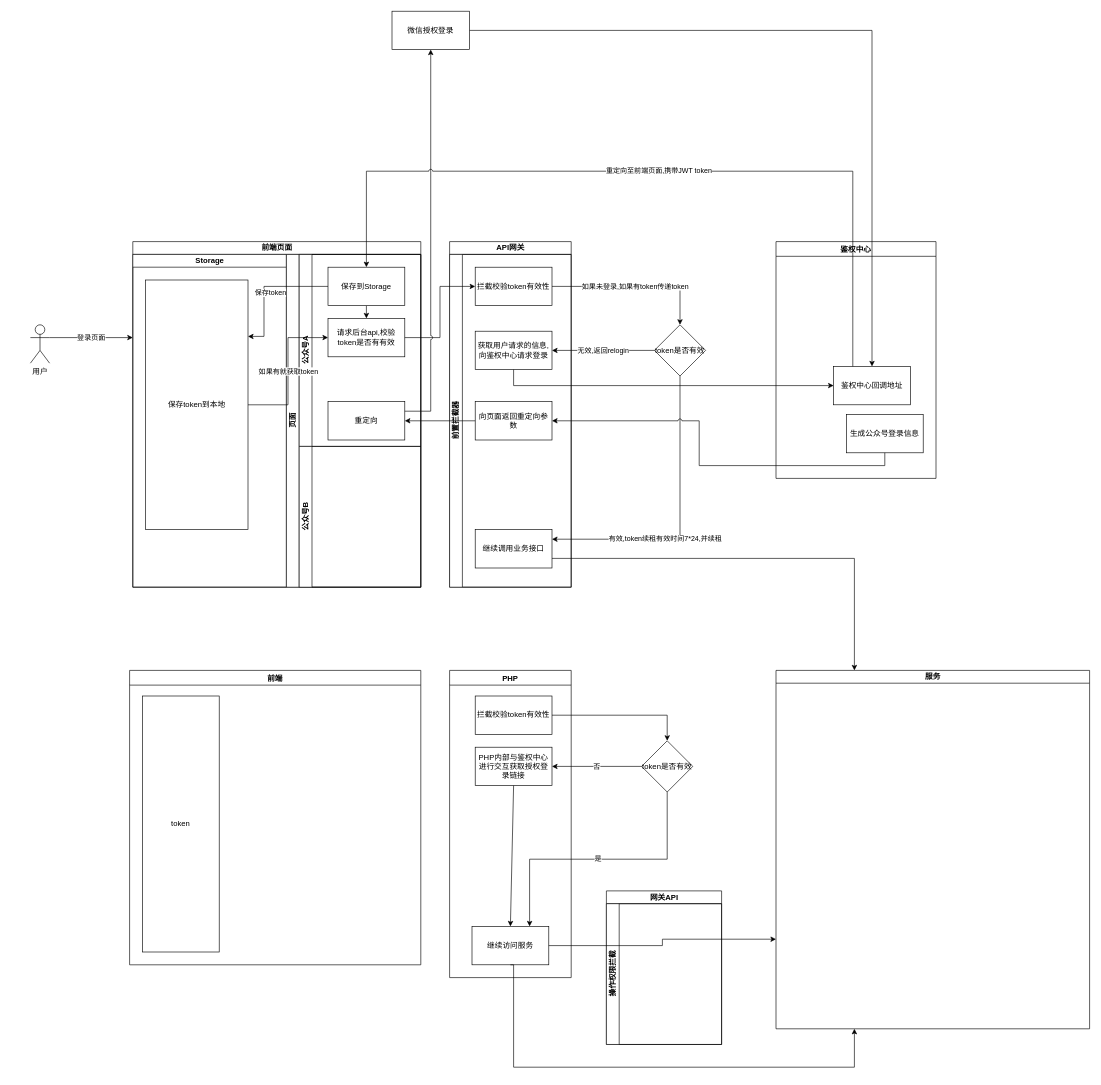
Above: StudyDemo/src/单点登录流程图.drawio in keyeze/StudyPlace (draw.io), before the change. Source tidied: cells renumbered, new cells numbered last; positions are measured from the earlier drawing's top-left corner, leaving out a move shared by most shapes. Both pictures are drawn from the tidied source at 64%, with x=0, y=0 at pixel (30, 11).
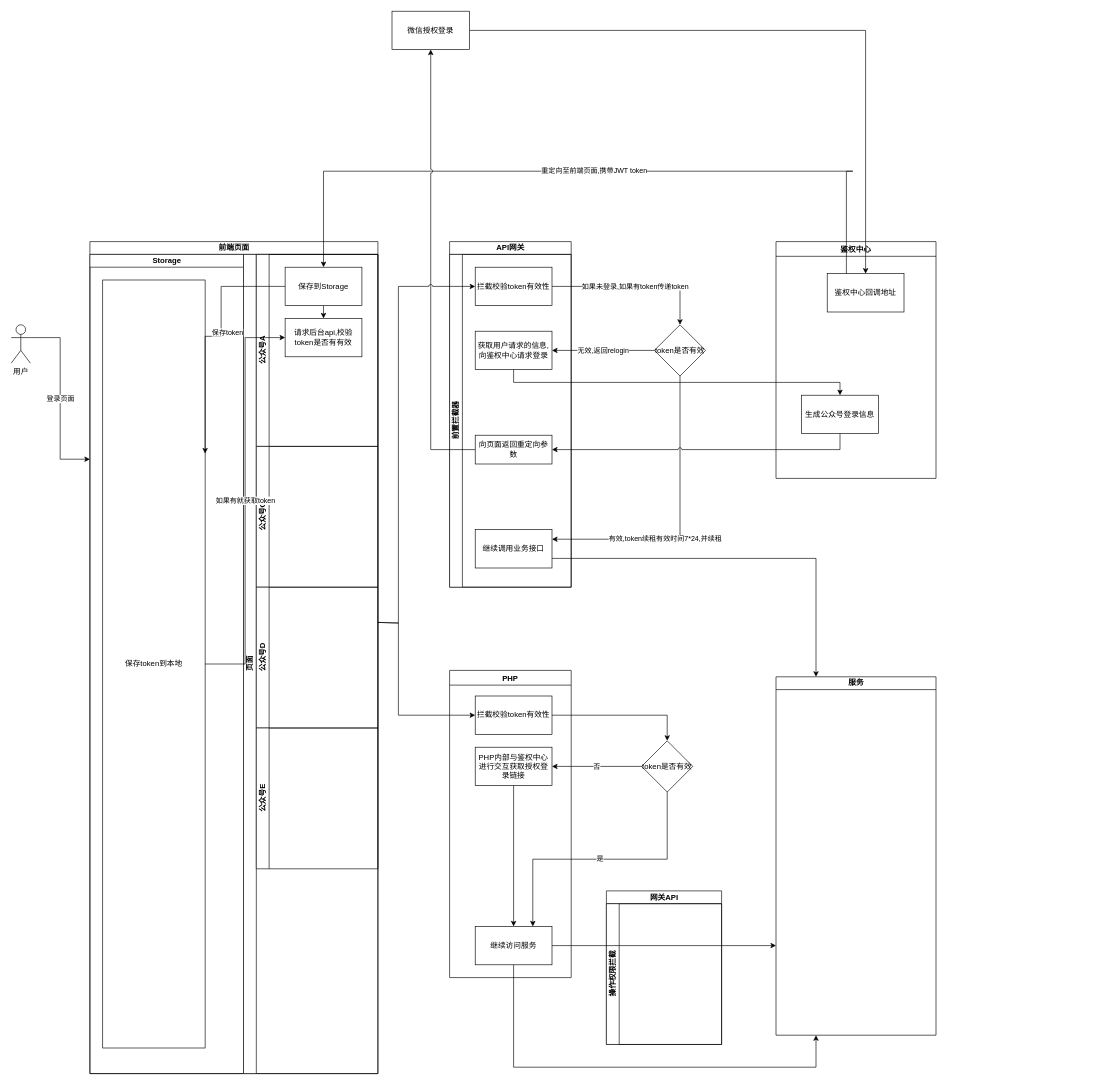
The same page after the edit.

Commit message:
更新单点登录流程图.drawio

Unchanged cells that the change refers to:
```xml
<mxCell id="5" value="前置拦截器" style="swimlane;html=1;startSize=20;horizontal=0;" parent="4" vertex="1">
  <mxGeometry y="20" width="190" height="520" as="geometry" />
</mxCell>
<mxCell id="6" value="拦截校验token有效性" style="rounded=0;whiteSpace=wrap;html=1;" parent="5" vertex="1">
  <mxGeometry x="40" y="20" width="120" height="60" as="geometry" />
</mxCell>
<mxCell id="7" value="获取用户请求的信息,向鉴权中心请求登录" style="rounded=0;whiteSpace=wrap;html=1;" parent="5" vertex="1">
  <mxGeometry x="40" y="120" width="120" height="60" as="geometry" />
</mxCell>
<mxCell id="12" value="鉴权中心" style="swimlane;" parent="1" vertex="1">
  <mxGeometry x="1165" y="360" width="250" height="370" as="geometry" />
</mxCell>
<mxCell id="19" value="公众号A" style="swimlane;html=1;startSize=20;horizontal=0;" parent="18" vertex="1">
  <mxGeometry x="20" width="190" height="300" as="geometry" />
</mxCell>
<mxCell id="22" value="请求后台api,校验token是否有有效" style="rounded=0;whiteSpace=wrap;html=1;" parent="19" vertex="1">
  <mxGeometry x="45" y="100" width="120" height="60" as="geometry" />
</mxCell>
<mxCell id="33" value="微信授权登录" style="rounded=0;whiteSpace=wrap;html=1;" parent="1" vertex="1">
  <mxGeometry x="565" width="121" height="60" as="geometry" />
</mxCell>
<mxCell id="37" value="PHP" style="swimlane;" parent="1" vertex="1">
  <mxGeometry x="655" y="1030" width="190" height="480" as="geometry" />
</mxCell>
<mxCell id="41" value="拦截校验token有效性" style="rounded=0;whiteSpace=wrap;html=1;" parent="37" vertex="1">
  <mxGeometry x="40" y="40" width="120" height="60" as="geometry" />
</mxCell>
```

The edit, as a diff of the source:
```diff
@@
     <mxCell id="3" value="用户" style="shape=umlActor;verticalLabelPosition=bottom;labelBackgroundColor=#ffffff;verticalAlign=top;html=1;outlineConnect=0;" parent="1" vertex="1">
-      <mxGeometry y="490" width="30" height="60" as="geometry" />
+      <mxGeometry x="-30" y="490" width="30" height="60" as="geometry" />
     </mxCell>
@@
     <mxCell id="9" value="向页面返回重定向参数" style="rounded=0;whiteSpace=wrap;html=1;" parent="5" vertex="1">
-      <mxGeometry x="40" y="230" width="120" height="60" as="geometry" />
+      <mxGeometry x="40" y="282.5" width="120" height="45" as="geometry" />
     </mxCell>
@@
     <mxCell id="13" value="生成公众号登录信息" style="rounded=0;whiteSpace=wrap;html=1;" parent="12" vertex="1">
-      <mxGeometry x="110" y="270" width="120" height="60" as="geometry" />
+      <mxGeometry x="40" y="240" width="120" height="60" as="geometry" />
     </mxCell>
     <mxCell id="14" value="鉴权中心回调地址" style="rounded=0;whiteSpace=wrap;html=1;" parent="12" vertex="1">
-      <mxGeometry x="90" y="195" width="120" height="60" as="geometry" />
+      <mxGeometry x="80" y="50" width="120" height="60" as="geometry" />
     </mxCell>
     <mxCell id="15" value="前端页面" style="swimlane;html=1;startSize=20;" parent="1" vertex="1">
-      <mxGeometry x="160" y="360" width="450" height="540" as="geometry" />
+      <mxGeometry x="93" y="360" width="450" height="1300" as="geometry" />
     </mxCell>
     <mxCell id="16" value="Storage" style="swimlane;html=1;startSize=20;" parent="15" vertex="1">
-      <mxGeometry y="20" width="240" height="520" as="geometry" />
+      <mxGeometry y="20" width="240" height="1280" as="geometry" />
     </mxCell>
     <mxCell id="17" value="保存token到本地" style="rounded=0;whiteSpace=wrap;html=1;" parent="16" vertex="1">
-      <mxGeometry x="20" y="40" width="160" height="390" as="geometry" />
+      <mxGeometry x="20" y="40" width="160" height="1200" as="geometry" />
     </mxCell>
     <mxCell id="18" value="页面" style="swimlane;html=1;horizontal=0;startSize=20;" parent="15" vertex="1">
-      <mxGeometry x="240" y="20" width="210" height="520" as="geometry" />
+      <mxGeometry x="240" y="20" width="210" height="1280" as="geometry" />
     </mxCell>
@@
-    <mxCell id="23" value="重定向" style="rounded=0;whiteSpace=wrap;html=1;" parent="19" vertex="1">
-      <mxGeometry x="45" y="230" width="120" height="60" as="geometry" />
-    </mxCell>
-    <mxCell id="24" value="公众号B" style="swimlane;html=1;startSize=20;horizontal=0;" parent="18" vertex="1">
+    <mxCell id="24" value="公众号C" style="swimlane;html=1;startSize=20;horizontal=0;" parent="18" vertex="1">
       <mxGeometry x="20" y="300" width="190" height="220" as="geometry" />
     </mxCell>
+    <mxCell id="54" value="公众号D" style="swimlane;html=1;startSize=20;horizontal=0;" parent="18" vertex="1">
+      <mxGeometry x="20" y="520" width="190" height="220" as="geometry" />
+    </mxCell>
+    <mxCell id="55" value="公众号E" style="swimlane;html=1;startSize=20;horizontal=0;" parent="18" vertex="1">
+      <mxGeometry x="20" y="740" width="190" height="220" as="geometry" />
+    </mxCell>
@@
     <mxCell id="28" value="服务" style="swimlane;html=1;startSize=20;horizontal=1;containerType=tree;" parent="1" vertex="1">
-      <mxGeometry x="1165" y="1030" width="490" height="560" as="geometry" />
+      <mxGeometry x="1165" y="1040" width="250" height="560" as="geometry" />
     </mxCell>
-    <mxCell id="29" style="edgeStyle=orthogonalEdgeStyle;rounded=0;jettySize=auto;html=1;exitX=1;exitY=0.5;exitDx=0;exitDy=0;entryX=0;entryY=0.5;entryDx=0;entryDy=0;" parent="1" edge="1" source="22" target="6">
-      <mxGeometry relative="1" as="geometry" />
-    </mxCell>
-    <mxCell id="30" style="edgeStyle=orthogonalEdgeStyle;rounded=0;jettySize=auto;html=1;exitX=0.5;exitY=1;exitDx=0;exitDy=0;entryX=0;entryY=0.5;entryDx=0;entryDy=0;" parent="1" edge="1" source="7" target="14">
+    <mxCell id="30" style="edgeStyle=orthogonalEdgeStyle;rounded=0;jettySize=auto;html=1;exitX=0.5;exitY=1;exitDx=0;exitDy=0;entryX=0.5;entryY=0;entryDx=0;entryDy=0;" parent="1" edge="1" source="7" target="13">
       <mxGeometry relative="1" as="geometry" />
     </mxCell>
-    <mxCell id="31" style="edgeStyle=orthogonalEdgeStyle;rounded=0;jettySize=auto;html=1;exitX=0;exitY=0.5;exitDx=0;exitDy=0;entryX=1;entryY=0.5;entryDx=0;entryDy=0;" parent="1" edge="1" source="9" target="23">
-      <mxGeometry relative="1" as="geometry" />
-    </mxCell>
@@
-    <mxCell id="34" style="edgeStyle=orthogonalEdgeStyle;rounded=0;jumpStyle=arc;jettySize=auto;html=1;exitX=1;exitY=0.25;exitDx=0;exitDy=0;entryX=0.5;entryY=1;entryDx=0;entryDy=0;" parent="1" edge="1" source="23" target="33">
-      <mxGeometry relative="1" as="geometry" />
-    </mxCell>
@@
     <mxCell id="39" value="继续访问服务" style="rounded=0;whiteSpace=wrap;html=1;" parent="37" vertex="1">
-      <mxGeometry x="35" y="400" width="120" height="60" as="geometry" />
+      <mxGeometry x="40" y="400" width="120" height="60" as="geometry" />
     </mxCell>
@@
-    <mxCell id="47" value="前端" style="swimlane;" parent="1" vertex="1">
-      <mxGeometry x="155" y="1030" width="455" height="460" as="geometry" />
-    </mxCell>
-    <mxCell id="48" value="token" style="rounded=0;whiteSpace=wrap;html=1;" parent="47" vertex="1">
-      <mxGeometry x="20" y="40" width="120" height="400" as="geometry" />
-    </mxCell>
@@
+    <mxCell id="56" style="edgeStyle=orthogonalEdgeStyle;rounded=0;jumpStyle=arc;jettySize=auto;html=1;exitX=0;exitY=0.5;exitDx=0;exitDy=0;" parent="1" edge="1" source="9" target="33">
+      <mxGeometry relative="1" as="geometry" />
+    </mxCell>
+    <mxCell id="57" style="edgeStyle=orthogonalEdgeStyle;rounded=0;jumpStyle=arc;jettySize=auto;html=1;exitX=1;exitY=0.25;exitDx=0;exitDy=0;entryX=0;entryY=0.5;entryDx=0;entryDy=0;" parent="1" edge="1" source="54" target="6">
+      <mxGeometry relative="1" as="geometry">
+        <Array as="points">
+          <mxPoint x="575" y="956" />
+          <mxPoint x="575" y="430" />
+        </Array>
+      </mxGeometry>
+    </mxCell>
+    <mxCell id="58" style="edgeStyle=orthogonalEdgeStyle;rounded=0;jumpStyle=arc;jettySize=auto;html=1;exitX=1;exitY=0.25;exitDx=0;exitDy=0;entryX=0;entryY=0.5;entryDx=0;entryDy=0;" parent="1" edge="1" source="54" target="41">
+      <mxGeometry relative="1" as="geometry">
+        <Array as="points">
+          <mxPoint x="575" y="956" />
+          <mxPoint x="575" y="1100" />
+        </Array>
+      </mxGeometry>
+    </mxCell>
```
